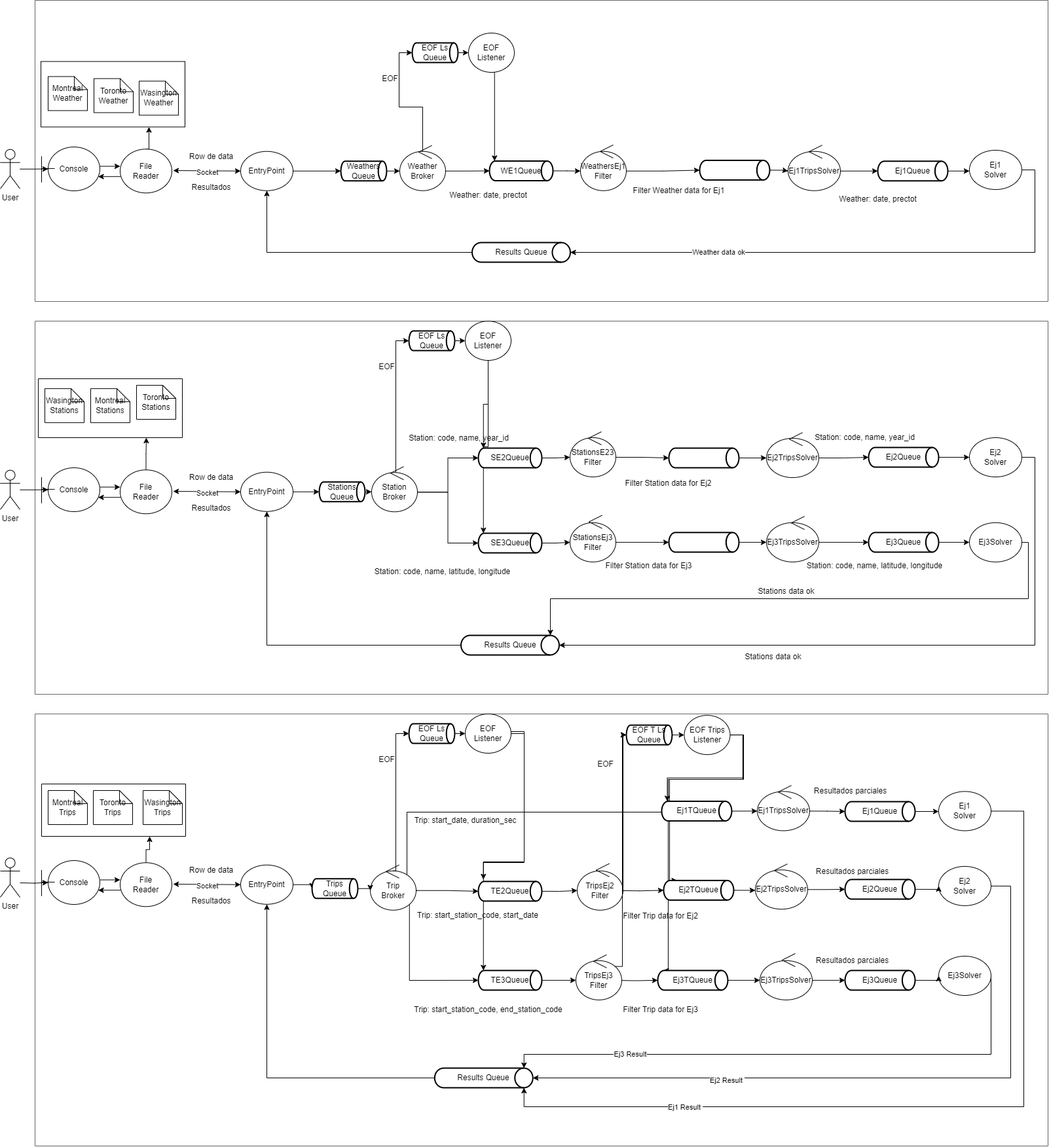
joaquinhojman/DistribuidosI-TP1 keeps this draw.io diagram as Diagramas/Diagrama de Robustez.drawio.png. Above is the earlier version. Source tidied: cells renumbered, new cells last; positions are measured from the earlier drawing's top-left corner, leaving out a move shared by most shapes.
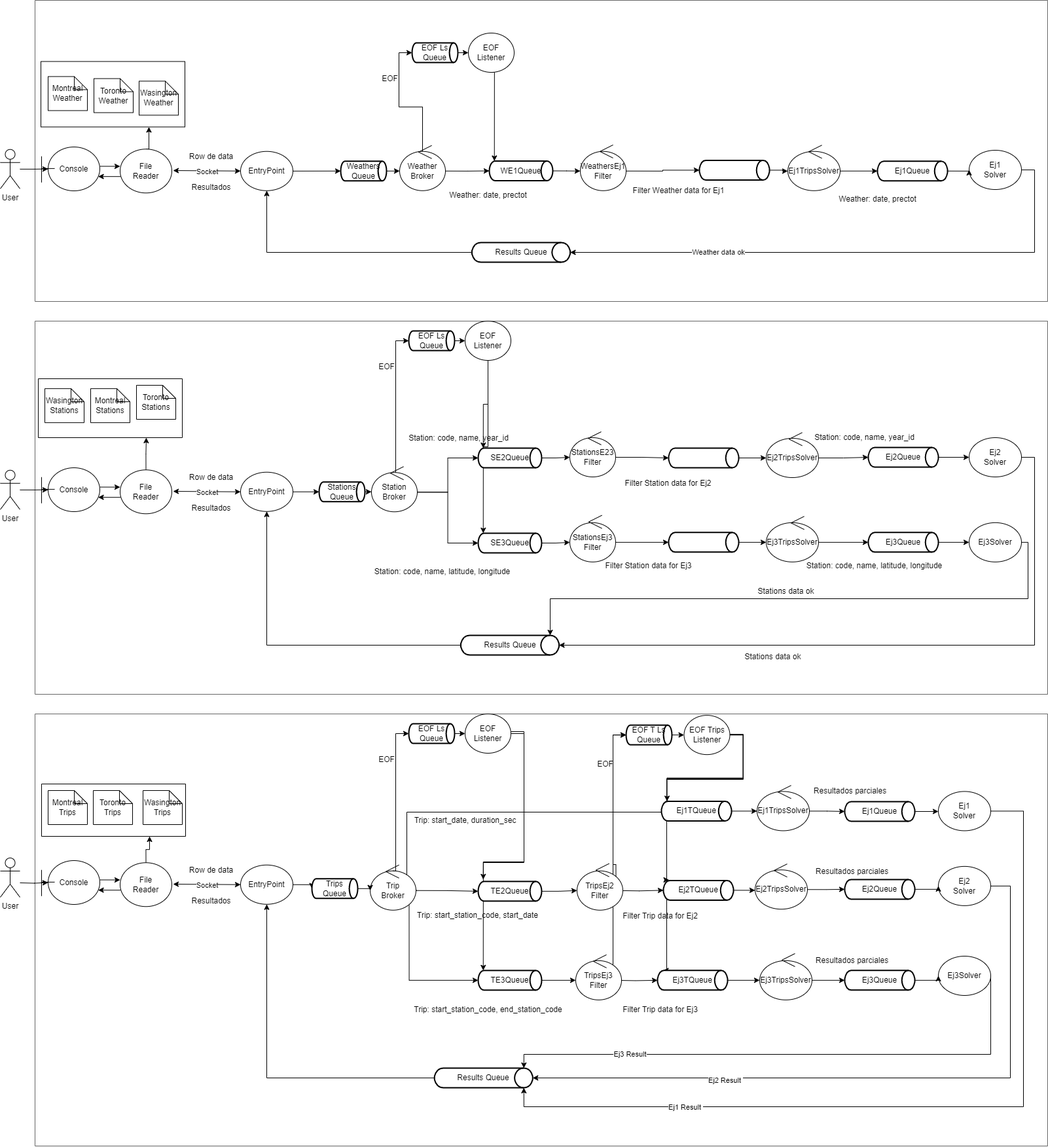
The same file after the commit.

Commit message:
update diagrama de robustez

The edit, as a diff of the source:
```diff
@@ -527,6 +527,14 @@
     <mxCell id="137" style="swimlane;startSize=0;strokeColor=#666666;" parent="1" vertex="1">
       <mxGeometry x="53" y="1090" width="1547" height="660" as="geometry" />
     </mxCell>
+    <mxCell id="191" style="edgeStyle=orthogonalEdgeStyle;rounded=0;jettySize=auto;html=1;exitX=1;exitY=0;exitDx=0;exitDy=0;entryX=0;entryY=0.5;entryDx=0;entryDy=0;entryPerimeter=0;" parent="137" edge="1" source="192" target="215">
+      <mxGeometry relative="1" as="geometry">
+        <Array as="points">
+          <mxPoint x="883" y="386" />
+          <mxPoint x="883" y="32" />
+        </Array>
+      </mxGeometry>
+    </mxCell>
     <mxCell id="138" style="edgeStyle=orthogonalEdgeStyle;rounded=0;jettySize=auto;html=1;exitX=1;exitY=0.5;exitDx=0;exitDy=0;entryX=0.91;entryY=1;entryDx=0;entryDy=0;entryPerimeter=0;" parent="137" edge="1" source="140" target="150">
       <mxGeometry relative="1" as="geometry">
         <Array as="points">
@@ -638,10 +646,12 @@
         <mxPoint x="885" y="269.8" as="sourcePoint" />
       </mxGeometry>
     </mxCell>
-    <mxCell id="164" style="edgeStyle=orthogonalEdgeStyle;rounded=0;jettySize=auto;html=1;exitX=1;exitY=0.5;exitDx=0;exitDy=0;entryX=0;entryY=0.5;entryDx=0;entryDy=0;entryPerimeter=0;" parent="137" edge="1" source="165" target="215">
+    <mxCell id="164" style="edgeStyle=orthogonalEdgeStyle;rounded=0;jettySize=auto;html=1;exitX=1;exitY=0;exitDx=0;exitDy=0;entryX=0;entryY=0.5;entryDx=0;entryDy=0;entryPerimeter=0;" parent="137" edge="1" source="165" target="215">
       <mxGeometry relative="1" as="geometry">
         <Array as="points">
-          <mxPoint x="898" y="32" />
+          <mxPoint x="888" y="230" />
+          <mxPoint x="883" y="230" />
+          <mxPoint x="883" y="32" />
         </Array>
       </mxGeometry>
     </mxCell>
@@ -766,14 +776,6 @@
         <mxPoint x="883" y="406.9" as="sourcePoint" />
       </mxGeometry>
     </mxCell>
-    <mxCell id="191" style="edgeStyle=orthogonalEdgeStyle;rounded=0;jettySize=auto;html=1;exitX=1;exitY=0;exitDx=0;exitDy=0;entryX=0;entryY=0.5;entryDx=0;entryDy=0;entryPerimeter=0;" parent="137" edge="1" source="192" target="215">
-      <mxGeometry relative="1" as="geometry">
-        <Array as="points">
-          <mxPoint x="897" y="385" />
-          <mxPoint x="897" y="32" />
-        </Array>
-      </mxGeometry>
-    </mxCell>
     <mxCell id="192" value="TripsEj3&lt;br&gt;Filter" style="ellipse;whiteSpace=wrap;html=1;" parent="137" vertex="1">
       <mxGeometry x="826" y="376.9" width="70" height="60" as="geometry" />
     </mxCell>
@@ -798,25 +800,25 @@
     <mxCell id="197" style="edgeStyle=orthogonalEdgeStyle;rounded=0;jettySize=auto;html=1;exitX=1;exitY=0.5;exitDx=0;exitDy=0;entryX=0.08;entryY=0;entryDx=0;entryDy=0;entryPerimeter=0;" parent="137" edge="1" source="200" target="213">
       <mxGeometry relative="1" as="geometry" />
     </mxCell>
-    <mxCell id="198" style="edgeStyle=orthogonalEdgeStyle;rounded=0;orthogonalLoop=1;jettySize=auto;html=1;exitX=1;exitY=0.5;exitDx=0;exitDy=0;entryX=0.08;entryY=0;entryDx=0;entryDy=0;entryPerimeter=0;" parent="137" edge="1">
-      <mxGeometry relative="1" as="geometry">
-        <mxPoint x="1073.5" y="32.1" as="sourcePoint" />
-        <mxPoint x="980.6" y="254.4" as="targetPoint" />
-        <Array as="points">
-          <mxPoint x="1081" y="32" />
-          <mxPoint x="1081" y="100" />
-          <mxPoint x="969" y="100" />
-          <mxPoint x="969" y="254" />
-        </Array>
-      </mxGeometry>
-    </mxCell>
+    <mxCell id="236" style="edgeStyle=orthogonalEdgeStyle;rounded=0;orthogonalLoop=1;jettySize=auto;html=1;exitX=1;exitY=0.5;exitDx=0;exitDy=0;entryX=0.08;entryY=0;entryDx=0;entryDy=0;entryPerimeter=0;" parent="137" edge="1">
+      <mxGeometry relative="1" as="geometry">
+        <mxPoint x="1061.5" y="31.1" as="sourcePoint" />
+        <mxPoint x="968.6" y="253.4" as="targetPoint" />
+        <Array as="points">
+          <mxPoint x="1082" y="31" />
+          <mxPoint x="1082" y="99" />
+          <mxPoint x="965" y="99" />
+          <mxPoint x="965" y="253" />
+        </Array>
+      </mxGeometry>
+    </mxCell>
     <mxCell id="199" style="edgeStyle=orthogonalEdgeStyle;rounded=0;jettySize=auto;html=1;exitX=1;exitY=0.5;exitDx=0;exitDy=0;entryX=0.08;entryY=0;entryDx=0;entryDy=0;entryPerimeter=0;" parent="137" edge="1" source="200" target="204">
       <mxGeometry relative="1" as="geometry">
         <Array as="points">
           <mxPoint x="1082" y="32" />
           <mxPoint x="1082" y="100" />
-          <mxPoint x="967" y="100" />
-          <mxPoint x="967" y="392" />
+          <mxPoint x="965" y="100" />
+          <mxPoint x="965" y="392" />
         </Array>
       </mxGeometry>
     </mxCell>
```
